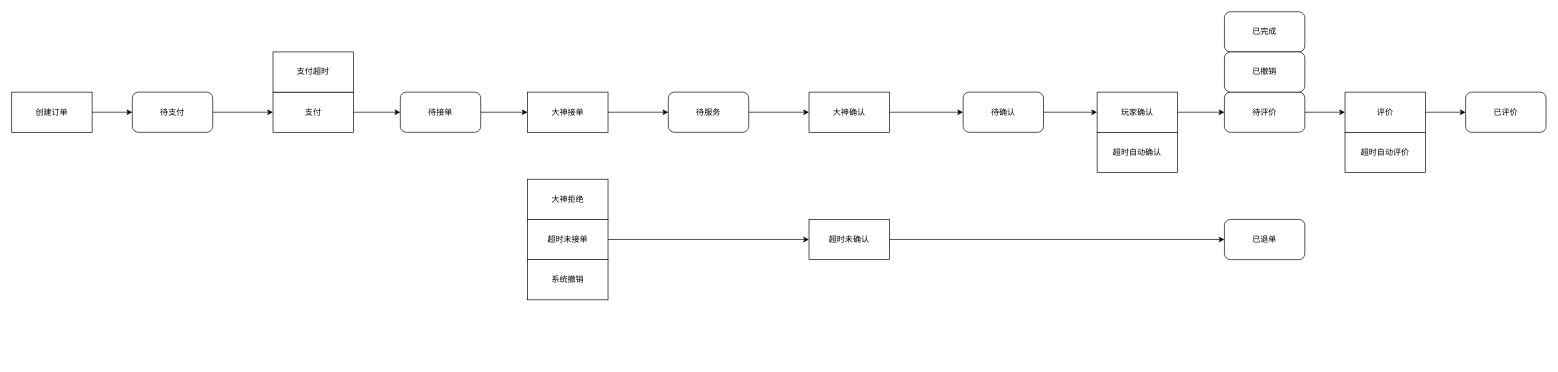
The draw.io diagram bond/bond.drawio in LuckFirefly015/sjy, before the edit. Source tidied: cells renumbered, new cells numbered last; positions are measured from the earlier drawing's top-left corner, leaving out a move shared by most shapes. Both pictures are drawn from the tidied source at 67%, with x=0, y=0 at pixel (11, 11).
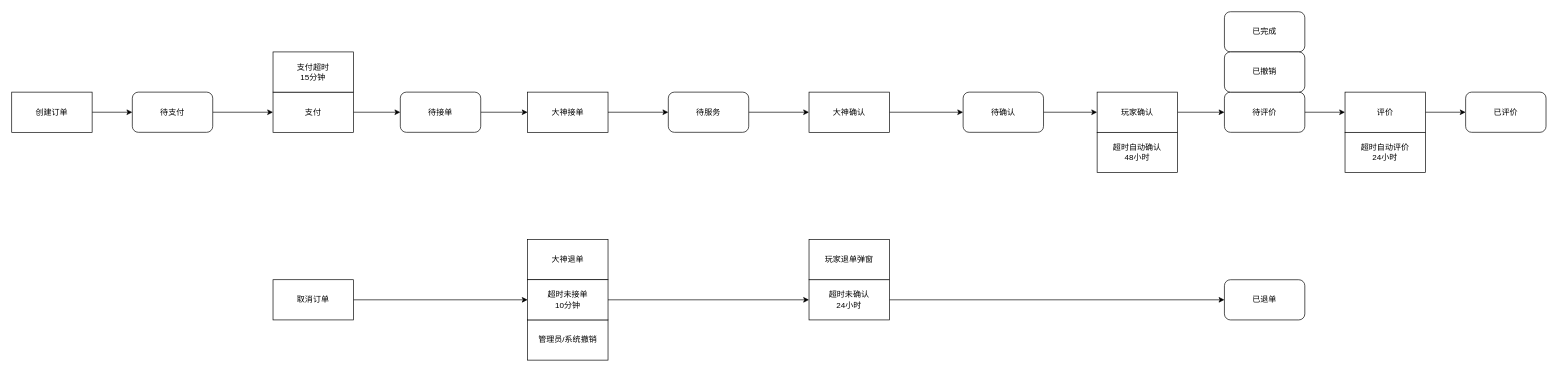
After the change.

What changed in the source:
```diff
@@
     <mxCell id="14" value="已退单" style="rounded=1;whiteSpace=wrap;html=1;" parent="1" vertex="1">
-      <mxGeometry x="1810" y="310" width="120" height="60" as="geometry" />
+      <mxGeometry x="1810" y="400" width="120" height="60" as="geometry" />
     </mxCell>
@@
-    <mxCell id="25" value="大神拒绝" style="rounded=0;whiteSpace=wrap;html=1;" parent="1" vertex="1">
-      <mxGeometry x="770" y="250" width="120" height="60" as="geometry" />
+    <mxCell id="25" value="大神退单" style="rounded=0;whiteSpace=wrap;html=1;" parent="1" vertex="1">
+      <mxGeometry x="770" y="340" width="120" height="60" as="geometry" />
     </mxCell>
@@
-    <mxCell id="28" value="系统撤销" style="rounded=0;whiteSpace=wrap;html=1;" parent="1" vertex="1">
-      <mxGeometry x="770" y="370" width="120" height="60" as="geometry" />
+    <mxCell id="28" value="管理员/系统撤销" style="rounded=0;whiteSpace=wrap;html=1;" parent="1" vertex="1">
+      <mxGeometry x="770" y="460" width="120" height="60" as="geometry" />
     </mxCell>
@@
-    <mxCell id="30" value="支付超时" style="rounded=0;whiteSpace=wrap;html=1;" parent="1" vertex="1">
+    <mxCell id="30" value="支付超时&lt;div&gt;15分钟&lt;/div&gt;" style="rounded=0;whiteSpace=wrap;html=1;" parent="1" vertex="1">
       <mxGeometry x="390" y="60" width="120" height="60" as="geometry" />
     </mxCell>
@@
-    <mxCell id="32" value="超时未接单" style="rounded=0;whiteSpace=wrap;html=1;" parent="1" vertex="1">
-      <mxGeometry x="770" y="310" width="120" height="60" as="geometry" />
+    <mxCell id="32" value="超时未接单&lt;div&gt;10分钟&lt;/div&gt;" style="rounded=0;whiteSpace=wrap;html=1;" parent="1" vertex="1">
+      <mxGeometry x="770" y="400" width="120" height="60" as="geometry" />
     </mxCell>
@@
-    <mxCell id="34" value="超时未确认" style="rounded=0;whiteSpace=wrap;html=1;" parent="1" vertex="1">
-      <mxGeometry x="1190" y="310" width="120" height="60" as="geometry" />
+    <mxCell id="34" value="超时未确认&lt;div&gt;24小时&lt;/div&gt;" style="rounded=0;whiteSpace=wrap;html=1;" parent="1" vertex="1">
+      <mxGeometry x="1190" y="400" width="120" height="60" as="geometry" />
     </mxCell>
-    <mxCell id="35" value="超时自动确认" style="rounded=0;whiteSpace=wrap;html=1;" parent="1" vertex="1">
+    <mxCell id="35" value="超时自动确认&lt;div&gt;48小时&lt;br&gt;&lt;/div&gt;" style="rounded=0;whiteSpace=wrap;html=1;" parent="1" vertex="1">
       <mxGeometry x="1620" y="180" width="120" height="60" as="geometry" />
     </mxCell>
-    <mxCell id="36" value="超时自动评价" style="rounded=0;whiteSpace=wrap;html=1;" parent="1" vertex="1">
+    <mxCell id="36" value="超时自动评价&lt;div&gt;24小时&lt;/div&gt;" style="rounded=0;whiteSpace=wrap;html=1;" parent="1" vertex="1">
       <mxGeometry x="1990" y="180" width="120" height="60" as="geometry" />
     </mxCell>
+    <mxCell id="37" style="edgeStyle=orthogonalEdgeStyle;rounded=0;jettySize=auto;html=1;exitX=1;exitY=0.5;exitDx=0;exitDy=0;entryX=0;entryY=0.5;entryDx=0;entryDy=0;" parent="1" edge="1" source="38" target="32">
+      <mxGeometry relative="1" as="geometry" />
+    </mxCell>
+    <mxCell id="38" value="取消订单" style="rounded=0;whiteSpace=wrap;html=1;" parent="1" vertex="1">
+      <mxGeometry x="390" y="400" width="120" height="60" as="geometry" />
+    </mxCell>
+    <mxCell id="39" value="玩家退单弹窗" style="rounded=0;whiteSpace=wrap;html=1;" parent="1" vertex="1">
+      <mxGeometry x="1190" y="340" width="120" height="60" as="geometry" />
+    </mxCell>
```
